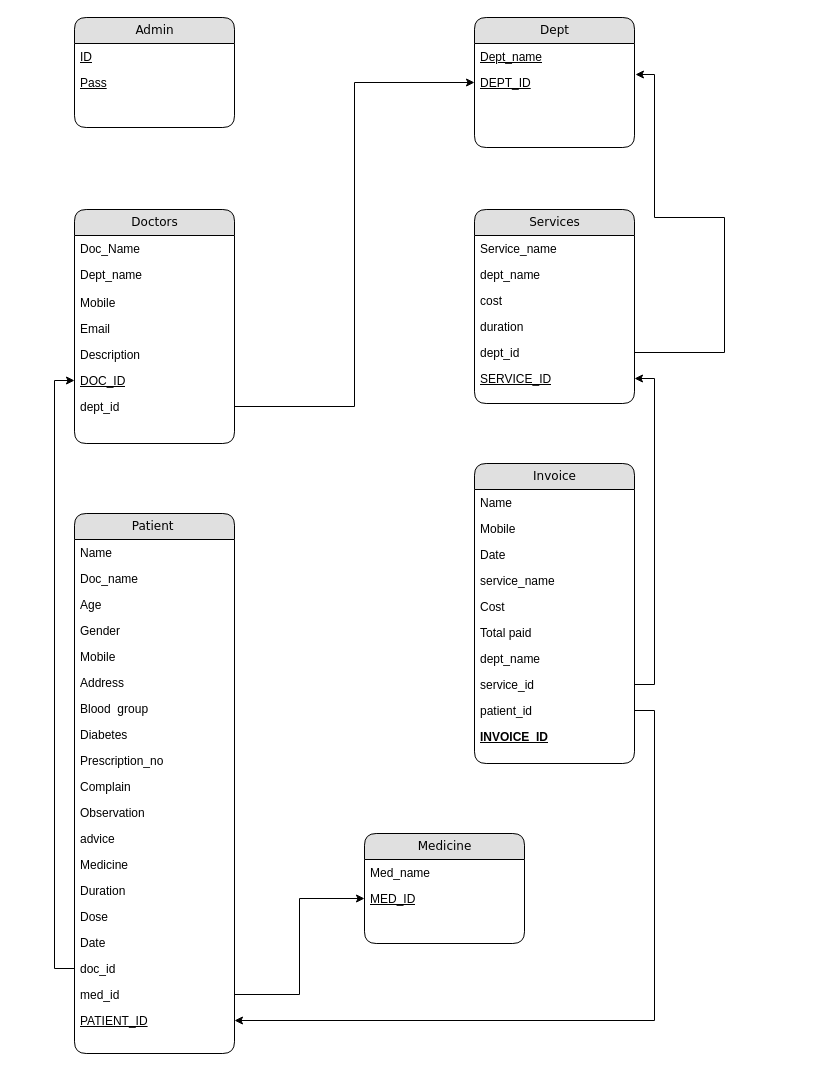
Earlier version of the draw.io diagram clinic_management.drawio (RashikRahman/clinic_management). Source tidied: cells renumbered, new cells numbered last; positions are measured from the earlier drawing's top-left corner, leaving out a move shared by most shapes. Both pictures are drawn from the tidied source at 100%, with x=0, y=0 at pixel (74, 17).
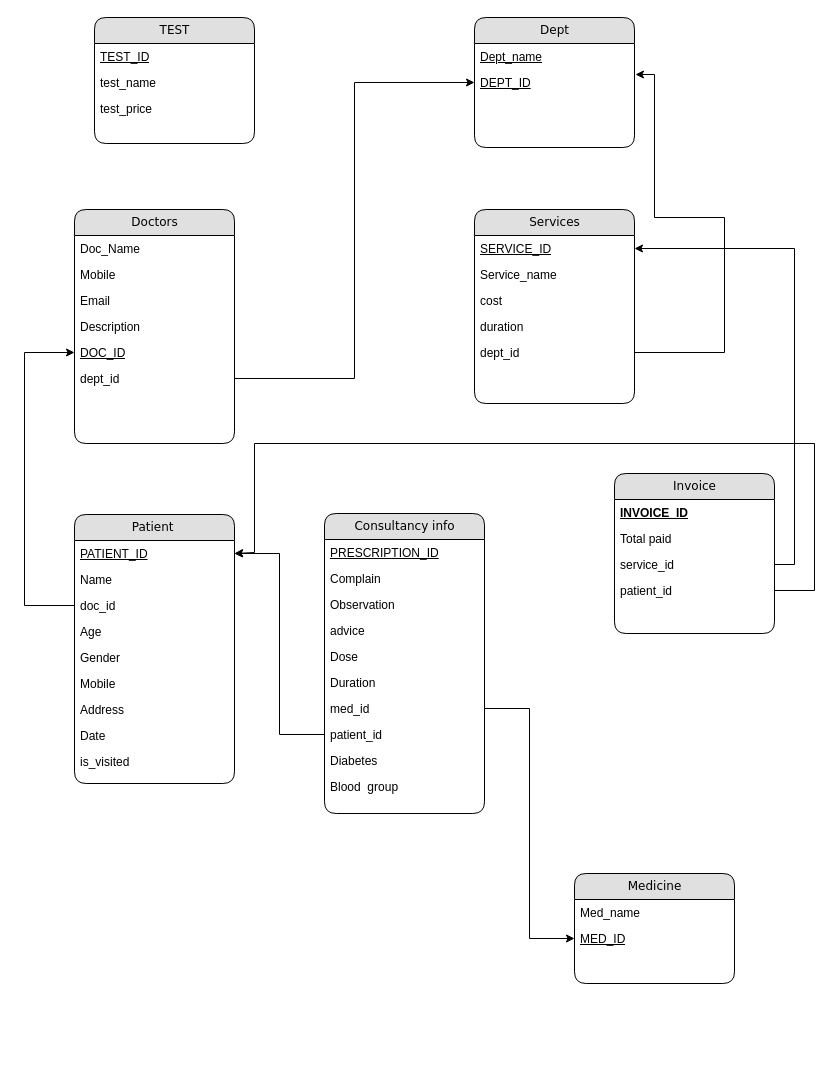
After the change.

The change refers to these unchanged cells:
```xml
<mxCell id="8" value="Doctors" style="swimlane;html=1;fontStyle=0;horizontal=1;startSize=26;fillColor=#e0e0e0;swimlaneFillColor=#ffffff;align=center;rounded=1;shadow=0;comic=0;labelBackgroundColor=none;strokeWidth=1;fontFamily=Verdana;fontSize=12;" parent="1" vertex="1">
  <mxGeometry y="192" width="160" height="234" as="geometry" />
</mxCell>
<mxCell id="36" value="Services" style="swimlane;html=1;fontStyle=0;horizontal=1;startSize=26;fillColor=#e0e0e0;swimlaneFillColor=#ffffff;align=center;rounded=1;shadow=0;comic=0;labelBackgroundColor=none;strokeWidth=1;fontFamily=Verdana;fontSize=12;" parent="1" vertex="1">
  <mxGeometry x="400" y="192" width="160" height="194" as="geometry" />
</mxCell>
```

Change to the diagram source:
```diff
@@
-    <mxCell id="2" value="Admin" style="swimlane;html=1;fontStyle=0;horizontal=1;startSize=26;fillColor=#e0e0e0;swimlaneFillColor=#ffffff;align=center;rounded=1;shadow=0;comic=0;labelBackgroundColor=none;strokeWidth=1;fontFamily=Verdana;fontSize=12;" parent="1" vertex="1">
-      <mxGeometry width="160" height="110" as="geometry" />
+    <mxCell id="2" value="TEST" style="swimlane;html=1;fontStyle=0;horizontal=1;startSize=26;fillColor=#e0e0e0;swimlaneFillColor=#ffffff;align=center;rounded=1;shadow=0;comic=0;labelBackgroundColor=none;strokeWidth=1;fontFamily=Verdana;fontSize=12;" parent="1" vertex="1">
+      <mxGeometry x="20" width="160" height="126" as="geometry" />
     </mxCell>
-    <mxCell id="3" value="ID" style="text;html=1;strokeColor=none;fillColor=none;spacingLeft=4;spacingRight=4;whiteSpace=wrap;overflow=hidden;fontStyle=4;" parent="2" vertex="1">
+    <mxCell id="3" value="TEST_ID" style="text;html=1;strokeColor=none;fillColor=none;spacingLeft=4;spacingRight=4;whiteSpace=wrap;overflow=hidden;fontStyle=4;" parent="2" vertex="1">
       <mxGeometry y="26" width="160" height="26" as="geometry" />
     </mxCell>
-    <mxCell id="4" value="Pass" style="text;html=1;strokeColor=none;fillColor=none;spacingLeft=4;spacingRight=4;whiteSpace=wrap;overflow=hidden;fontStyle=4;" parent="2" vertex="1">
+    <mxCell id="4" value="test_name" style="text;html=1;strokeColor=none;fillColor=none;spacingLeft=4;spacingRight=4;whiteSpace=wrap;overflow=hidden;fontStyle=0;" parent="2" vertex="1">
       <mxGeometry y="52" width="160" height="26" as="geometry" />
     </mxCell>
+    <mxCell id="63" value="test_price" style="text;html=1;strokeColor=none;fillColor=none;spacingLeft=4;spacingRight=4;whiteSpace=wrap;overflow=hidden;fontStyle=0;" parent="2" vertex="1">
+      <mxGeometry y="78" width="160" height="26" as="geometry" />
+    </mxCell>
@@
-    <mxCell id="10" value="Dept_name" style="text;html=1;strokeColor=none;fillColor=none;spacingLeft=4;spacingRight=4;whiteSpace=wrap;overflow=hidden;fontStyle=0;" parent="8" vertex="1">
-      <mxGeometry y="52" width="160" height="28" as="geometry" />
-    </mxCell>
     <mxCell id="11" value="Mobile" style="text;html=1;strokeColor=none;fillColor=none;spacingLeft=4;spacingRight=4;whiteSpace=wrap;overflow=hidden;" parent="8" vertex="1">
-      <mxGeometry y="80" width="160" height="26" as="geometry" />
+      <mxGeometry y="52" width="160" height="26" as="geometry" />
     </mxCell>
     <mxCell id="12" value="Email" style="text;html=1;strokeColor=none;fillColor=none;spacingLeft=4;spacingRight=4;whiteSpace=wrap;overflow=hidden;" parent="8" vertex="1">
-      <mxGeometry y="106" width="160" height="26" as="geometry" />
+      <mxGeometry y="78" width="160" height="26" as="geometry" />
     </mxCell>
     <mxCell id="13" value="Description" style="text;html=1;strokeColor=none;fillColor=none;spacingLeft=4;spacingRight=4;whiteSpace=wrap;overflow=hidden;" parent="8" vertex="1">
-      <mxGeometry y="132" width="160" height="26" as="geometry" />
+      <mxGeometry y="104" width="160" height="26" as="geometry" />
     </mxCell>
     <mxCell id="14" value="DOC_ID" style="text;html=1;strokeColor=none;fillColor=none;spacingLeft=4;spacingRight=4;whiteSpace=wrap;overflow=hidden;points=[[0,0.5],[1,0.5]];portConstraint=eastwest;fontStyle=4;" parent="8" vertex="1">
-      <mxGeometry y="158" width="160" height="26" as="geometry" />
+      <mxGeometry y="130" width="160" height="26" as="geometry" />
     </mxCell>
     <mxCell id="15" value="dept_id" style="text;html=1;strokeColor=none;fillColor=none;spacingLeft=4;spacingRight=4;whiteSpace=wrap;overflow=hidden;points=[[0,0.5],[1,0.5]];portConstraint=eastwest;" parent="8" vertex="1">
-      <mxGeometry y="184" width="160" height="26" as="geometry" />
+      <mxGeometry y="156" width="160" height="26" as="geometry" />
     </mxCell>
     <mxCell id="16" value="Patient&amp;nbsp;" style="swimlane;html=1;fontStyle=0;horizontal=1;startSize=26;fillColor=#e0e0e0;swimlaneFillColor=#ffffff;align=center;rounded=1;shadow=0;comic=0;labelBackgroundColor=none;strokeWidth=1;fontFamily=Verdana;fontSize=12;" parent="1" vertex="1">
-      <mxGeometry y="496" width="160" height="540" as="geometry" />
+      <mxGeometry y="497" width="160" height="269" as="geometry" />
     </mxCell>
+    <mxCell id="35" value="&lt;u&gt;PATIENT_ID&lt;/u&gt;" style="text;html=1;strokeColor=none;fillColor=none;spacingLeft=4;spacingRight=4;whiteSpace=wrap;overflow=hidden;points=[[0,0.5],[1,0.5]];portConstraint=eastwest;" parent="16" vertex="1">
+      <mxGeometry y="26" width="160" height="26" as="geometry" />
+    </mxCell>
     <mxCell id="17" value="Name" style="text;html=1;strokeColor=none;fillColor=none;spacingLeft=4;spacingRight=4;whiteSpace=wrap;overflow=hidden;fontStyle=0;" parent="16" vertex="1">
-      <mxGeometry y="26" width="160" height="26" as="geometry" />
+      <mxGeometry y="52" width="160" height="26" as="geometry" />
     </mxCell>
-    <mxCell id="18" value="Doc_name" style="text;html=1;strokeColor=none;fillColor=none;spacingLeft=4;spacingRight=4;whiteSpace=wrap;overflow=hidden;" parent="16" vertex="1">
-      <mxGeometry y="52" width="160" height="26" as="geometry" />
-    </mxCell>
+    <mxCell id="33" value="doc_id" style="text;html=1;strokeColor=none;fillColor=none;spacingLeft=4;spacingRight=4;whiteSpace=wrap;overflow=hidden;points=[[0,0.5],[1,0.5]];portConstraint=eastwest;" parent="16" vertex="1">
+      <mxGeometry y="78" width="160" height="26" as="geometry" />
+    </mxCell>
     <mxCell id="19" value="Age" style="text;html=1;strokeColor=none;fillColor=none;spacingLeft=4;spacingRight=4;whiteSpace=wrap;overflow=hidden;" parent="16" vertex="1">
-      <mxGeometry y="78" width="160" height="26" as="geometry" />
+      <mxGeometry y="104" width="160" height="26" as="geometry" />
     </mxCell>
     <mxCell id="20" value="Gender" style="text;html=1;strokeColor=none;fillColor=none;spacingLeft=4;spacingRight=4;whiteSpace=wrap;overflow=hidden;" parent="16" vertex="1">
-      <mxGeometry y="104" width="160" height="26" as="geometry" />
+      <mxGeometry y="130" width="160" height="26" as="geometry" />
     </mxCell>
     <mxCell id="21" value="Mobile" style="text;html=1;strokeColor=none;fillColor=none;spacingLeft=4;spacingRight=4;whiteSpace=wrap;overflow=hidden;fontStyle=0;" parent="16" vertex="1">
-      <mxGeometry y="130" width="160" height="26" as="geometry" />
+      <mxGeometry y="156" width="160" height="26" as="geometry" />
     </mxCell>
     <mxCell id="22" value="Address" style="text;html=1;strokeColor=none;fillColor=none;spacingLeft=4;spacingRight=4;whiteSpace=wrap;overflow=hidden;" parent="16" vertex="1">
-      <mxGeometry y="156" width="160" height="26" as="geometry" />
+      <mxGeometry y="182" width="160" height="26" as="geometry" />
     </mxCell>
-    <mxCell id="23" value="Blood&amp;nbsp; group" style="text;html=1;strokeColor=none;fillColor=none;spacingLeft=4;spacingRight=4;whiteSpace=wrap;overflow=hidden;" parent="16" vertex="1">
-      <mxGeometry y="182" width="160" height="26" as="geometry" />
-    </mxCell>
-    <mxCell id="24" value="Diabetes" style="text;html=1;strokeColor=none;fillColor=none;spacingLeft=4;spacingRight=4;whiteSpace=wrap;overflow=hidden;" parent="16" vertex="1">
-      <mxGeometry y="208" width="160" height="26" as="geometry" />
-    </mxCell>
-    <mxCell id="25" value="Prescription_no" style="text;html=1;strokeColor=none;fillColor=none;spacingLeft=4;spacingRight=4;whiteSpace=wrap;overflow=hidden;" parent="16" vertex="1">
-      <mxGeometry y="234" width="160" height="26" as="geometry" />
-    </mxCell>
-    <mxCell id="26" value="Complain" style="text;html=1;strokeColor=none;fillColor=none;spacingLeft=4;spacingRight=4;whiteSpace=wrap;overflow=hidden;" parent="16" vertex="1">
-      <mxGeometry y="260" width="160" height="26" as="geometry" />
-    </mxCell>
-    <mxCell id="27" value="Observation" style="text;html=1;strokeColor=none;fillColor=none;spacingLeft=4;spacingRight=4;whiteSpace=wrap;overflow=hidden;" parent="16" vertex="1">
-      <mxGeometry y="286" width="160" height="26" as="geometry" />
-    </mxCell>
-    <mxCell id="28" value="advice" style="text;html=1;strokeColor=none;fillColor=none;spacingLeft=4;spacingRight=4;whiteSpace=wrap;overflow=hidden;" parent="16" vertex="1">
-      <mxGeometry y="312" width="160" height="26" as="geometry" />
-    </mxCell>
-    <mxCell id="29" value="Medicine" style="text;html=1;strokeColor=none;fillColor=none;spacingLeft=4;spacingRight=4;whiteSpace=wrap;overflow=hidden;" parent="16" vertex="1">
-      <mxGeometry y="338" width="160" height="26" as="geometry" />
-    </mxCell>
-    <mxCell id="30" value="Duration" style="text;html=1;strokeColor=none;fillColor=none;spacingLeft=4;spacingRight=4;whiteSpace=wrap;overflow=hidden;" parent="16" vertex="1">
-      <mxGeometry y="364" width="160" height="26" as="geometry" />
-    </mxCell>
-    <mxCell id="31" value="Dose" style="text;html=1;strokeColor=none;fillColor=none;spacingLeft=4;spacingRight=4;whiteSpace=wrap;overflow=hidden;" parent="16" vertex="1">
-      <mxGeometry y="390" width="160" height="26" as="geometry" />
-    </mxCell>
     <mxCell id="32" value="Date" style="text;html=1;strokeColor=none;fillColor=none;spacingLeft=4;spacingRight=4;whiteSpace=wrap;overflow=hidden;" parent="16" vertex="1">
-      <mxGeometry y="416" width="160" height="26" as="geometry" />
+      <mxGeometry y="208" width="160" height="26" as="geometry" />
     </mxCell>
-    <mxCell id="33" value="doc_id" style="text;html=1;strokeColor=none;fillColor=none;spacingLeft=4;spacingRight=4;whiteSpace=wrap;overflow=hidden;points=[[0,0.5],[1,0.5]];portConstraint=eastwest;" parent="16" vertex="1">
-      <mxGeometry y="442" width="160" height="26" as="geometry" />
-    </mxCell>
-    <mxCell id="34" value="med_id" style="text;html=1;strokeColor=none;fillColor=none;spacingLeft=4;spacingRight=4;whiteSpace=wrap;overflow=hidden;points=[[0,0.5],[1,0.5]];portConstraint=eastwest;" parent="16" vertex="1">
-      <mxGeometry y="468" width="160" height="26" as="geometry" />
-    </mxCell>
-    <mxCell id="35" value="&lt;u&gt;PATIENT_ID&lt;/u&gt;" style="text;html=1;strokeColor=none;fillColor=none;spacingLeft=4;spacingRight=4;whiteSpace=wrap;overflow=hidden;points=[[0,0.5],[1,0.5]];portConstraint=eastwest;" parent="16" vertex="1">
-      <mxGeometry y="494" width="160" height="26" as="geometry" />
-    </mxCell>
+    <mxCell id="64" value="is_visited" style="text;html=1;strokeColor=none;fillColor=none;spacingLeft=4;spacingRight=4;whiteSpace=wrap;overflow=hidden;" parent="16" vertex="1">
+      <mxGeometry y="234" width="160" height="26" as="geometry" />
+    </mxCell>
@@
+    <mxCell id="42" value="SERVICE_ID" style="text;html=1;strokeColor=none;fillColor=none;spacingLeft=4;spacingRight=4;whiteSpace=wrap;overflow=hidden;points=[[0,0.5],[1,0.5]];portConstraint=eastwest;fontStyle=4;" parent="36" vertex="1">
+      <mxGeometry y="26" width="160" height="26" as="geometry" />
+    </mxCell>
     <mxCell id="37" value="Service_name" style="text;html=1;strokeColor=none;fillColor=none;spacingLeft=4;spacingRight=4;whiteSpace=wrap;overflow=hidden;fontStyle=0;" parent="36" vertex="1">
-      <mxGeometry y="26" width="160" height="26" as="geometry" />
+      <mxGeometry y="52" width="160" height="26" as="geometry" />
     </mxCell>
-    <mxCell id="38" value="dept_name" style="text;html=1;strokeColor=none;fillColor=none;spacingLeft=4;spacingRight=4;whiteSpace=wrap;overflow=hidden;fontStyle=0;" parent="36" vertex="1">
-      <mxGeometry y="52" width="160" height="26" as="geometry" />
-    </mxCell>
@@
-    <mxCell id="42" value="SERVICE_ID" style="text;html=1;strokeColor=none;fillColor=none;spacingLeft=4;spacingRight=4;whiteSpace=wrap;overflow=hidden;points=[[0,0.5],[1,0.5]];portConstraint=eastwest;fontStyle=4;" parent="36" vertex="1">
-      <mxGeometry y="156" width="160" height="26" as="geometry" />
-    </mxCell>
     <mxCell id="43" value="Medicine" style="swimlane;html=1;fontStyle=0;horizontal=1;startSize=26;fillColor=#e0e0e0;swimlaneFillColor=#ffffff;align=center;rounded=1;shadow=0;comic=0;labelBackgroundColor=none;strokeWidth=1;fontFamily=Verdana;fontSize=12;" parent="1" vertex="1">
-      <mxGeometry x="290" y="816" width="160" height="110" as="geometry" />
+      <mxGeometry x="500" y="856" width="160" height="110" as="geometry" />
     </mxCell>
@@
     <mxCell id="46" value="Invoice" style="swimlane;html=1;fontStyle=0;horizontal=1;startSize=26;fillColor=#e0e0e0;swimlaneFillColor=#ffffff;align=center;rounded=1;shadow=0;comic=0;labelBackgroundColor=none;strokeWidth=1;fontFamily=Verdana;fontSize=12;" parent="1" vertex="1">
-      <mxGeometry x="400" y="446" width="160" height="300" as="geometry" />
+      <mxGeometry x="540" y="456" width="160" height="160" as="geometry" />
     </mxCell>
-    <mxCell id="47" value="Name" style="text;html=1;strokeColor=none;fillColor=none;spacingLeft=4;spacingRight=4;whiteSpace=wrap;overflow=hidden;fontStyle=0;" parent="46" vertex="1">
-      <mxGeometry y="26" width="160" height="26" as="geometry" />
-    </mxCell>
-    <mxCell id="48" value="Mobile" style="text;html=1;strokeColor=none;fillColor=none;spacingLeft=4;spacingRight=4;whiteSpace=wrap;overflow=hidden;fontStyle=0;" parent="46" vertex="1">
-      <mxGeometry y="52" width="160" height="26" as="geometry" />
-    </mxCell>
-    <mxCell id="49" value="Date" style="text;html=1;strokeColor=none;fillColor=none;spacingLeft=4;spacingRight=4;whiteSpace=wrap;overflow=hidden;" parent="46" vertex="1">
-      <mxGeometry y="78" width="160" height="26" as="geometry" />
-    </mxCell>
-    <mxCell id="50" value="service_name" style="text;html=1;strokeColor=none;fillColor=none;spacingLeft=4;spacingRight=4;whiteSpace=wrap;overflow=hidden;" parent="46" vertex="1">
-      <mxGeometry y="104" width="160" height="26" as="geometry" />
-    </mxCell>
-    <mxCell id="51" value="Cost" style="text;html=1;strokeColor=none;fillColor=none;spacingLeft=4;spacingRight=4;whiteSpace=wrap;overflow=hidden;" parent="46" vertex="1">
-      <mxGeometry y="130" width="160" height="26" as="geometry" />
-    </mxCell>
+    <mxCell id="56" value="INVOICE_ID" style="text;html=1;strokeColor=none;fillColor=none;spacingLeft=4;spacingRight=4;whiteSpace=wrap;overflow=hidden;fontStyle=5;" parent="46" vertex="1">
+      <mxGeometry y="26" width="160" height="26" as="geometry" />
+    </mxCell>
     <mxCell id="52" value="Total paid" style="text;html=1;strokeColor=none;fillColor=none;spacingLeft=4;spacingRight=4;whiteSpace=wrap;overflow=hidden;" parent="46" vertex="1">
-      <mxGeometry y="156" width="160" height="26" as="geometry" />
+      <mxGeometry y="52" width="160" height="26" as="geometry" />
     </mxCell>
-    <mxCell id="53" value="dept_name" style="text;html=1;strokeColor=none;fillColor=none;spacingLeft=4;spacingRight=4;whiteSpace=wrap;overflow=hidden;" parent="46" vertex="1">
-      <mxGeometry y="182" width="160" height="26" as="geometry" />
-    </mxCell>
     <mxCell id="54" value="service_id" style="text;html=1;strokeColor=none;fillColor=none;spacingLeft=4;spacingRight=4;whiteSpace=wrap;overflow=hidden;points=[[0,0.5],[1,0.5]];portConstraint=eastwest;" parent="46" vertex="1">
-      <mxGeometry y="208" width="160" height="26" as="geometry" />
+      <mxGeometry y="78" width="160" height="26" as="geometry" />
     </mxCell>
     <mxCell id="55" value="patient_id" style="text;html=1;strokeColor=none;fillColor=none;spacingLeft=4;spacingRight=4;whiteSpace=wrap;overflow=hidden;points=[[0,0.5],[1,0.5]];portConstraint=eastwest;" parent="46" vertex="1">
-      <mxGeometry y="234" width="160" height="26" as="geometry" />
+      <mxGeometry y="104" width="160" height="26" as="geometry" />
     </mxCell>
-    <mxCell id="56" value="INVOICE_ID" style="text;html=1;strokeColor=none;fillColor=none;spacingLeft=4;spacingRight=4;whiteSpace=wrap;overflow=hidden;fontStyle=5;" parent="46" vertex="1">
-      <mxGeometry y="260" width="160" height="26" as="geometry" />
-    </mxCell>
@@
     <mxCell id="60" style="edgeStyle=orthogonalEdgeStyle;rounded=0;jettySize=auto;html=1;entryX=0;entryY=0.5;entryDx=0;entryDy=0;" parent="1" edge="1" source="33" target="14">
-      <mxGeometry relative="1" as="geometry" />
+      <mxGeometry relative="1" as="geometry">
+        <Array as="points">
+          <mxPoint x="-50" y="588" />
+          <mxPoint x="-50" y="335" />
+        </Array>
+      </mxGeometry>
     </mxCell>
@@
     <mxCell id="62" style="edgeStyle=orthogonalEdgeStyle;rounded=0;jettySize=auto;html=1;exitX=1;exitY=0.5;exitDx=0;exitDy=0;entryX=1;entryY=0.5;entryDx=0;entryDy=0;" parent="1" edge="1" source="55" target="35">
-      <mxGeometry relative="1" as="geometry" />
+      <mxGeometry relative="1" as="geometry">
+        <Array as="points">
+          <mxPoint x="740" y="573" />
+          <mxPoint x="740" y="426" />
+          <mxPoint x="180" y="426" />
+          <mxPoint x="180" y="535" />
+          <mxPoint x="160" y="535" />
+        </Array>
+      </mxGeometry>
     </mxCell>
+    <mxCell id="65" value="Consultancy info" style="swimlane;html=1;fontStyle=0;horizontal=1;startSize=26;fillColor=#e0e0e0;swimlaneFillColor=#ffffff;align=center;rounded=1;shadow=0;comic=0;labelBackgroundColor=none;strokeWidth=1;fontFamily=Verdana;fontSize=12;" parent="1" vertex="1">
+      <mxGeometry x="250" y="496" width="160" height="300" as="geometry" />
+    </mxCell>
+    <mxCell id="25" value="PRESCRIPTION_ID" style="text;html=1;strokeColor=none;fillColor=none;spacingLeft=4;spacingRight=4;whiteSpace=wrap;overflow=hidden;fontStyle=4;" parent="65" vertex="1">
+      <mxGeometry y="26" width="160" height="26" as="geometry" />
+    </mxCell>
+    <mxCell id="26" value="Complain" style="text;html=1;strokeColor=none;fillColor=none;spacingLeft=4;spacingRight=4;whiteSpace=wrap;overflow=hidden;" parent="65" vertex="1">
+      <mxGeometry y="52" width="160" height="26" as="geometry" />
+    </mxCell>
+    <mxCell id="27" value="Observation" style="text;html=1;strokeColor=none;fillColor=none;spacingLeft=4;spacingRight=4;whiteSpace=wrap;overflow=hidden;" parent="65" vertex="1">
+      <mxGeometry y="78" width="160" height="26" as="geometry" />
+    </mxCell>
+    <mxCell id="28" value="advice" style="text;html=1;strokeColor=none;fillColor=none;spacingLeft=4;spacingRight=4;whiteSpace=wrap;overflow=hidden;" parent="65" vertex="1">
+      <mxGeometry y="104" width="160" height="26" as="geometry" />
+    </mxCell>
+    <mxCell id="31" value="Dose" style="text;html=1;strokeColor=none;fillColor=none;spacingLeft=4;spacingRight=4;whiteSpace=wrap;overflow=hidden;" parent="65" vertex="1">
+      <mxGeometry y="130" width="160" height="26" as="geometry" />
+    </mxCell>
+    <mxCell id="30" value="Duration" style="text;html=1;strokeColor=none;fillColor=none;spacingLeft=4;spacingRight=4;whiteSpace=wrap;overflow=hidden;" parent="65" vertex="1">
+      <mxGeometry y="156" width="160" height="26" as="geometry" />
+    </mxCell>
+    <mxCell id="34" value="med_id" style="text;html=1;strokeColor=none;fillColor=none;spacingLeft=4;spacingRight=4;whiteSpace=wrap;overflow=hidden;points=[[0,0.5],[1,0.5]];portConstraint=eastwest;" parent="65" vertex="1">
+      <mxGeometry y="182" width="160" height="26" as="geometry" />
+    </mxCell>
+    <mxCell id="66" value="patient_id" style="text;html=1;strokeColor=none;fillColor=none;spacingLeft=4;spacingRight=4;whiteSpace=wrap;overflow=hidden;points=[[0,0.5],[1,0.5]];portConstraint=eastwest;" parent="65" vertex="1">
+      <mxGeometry y="208" width="160" height="26" as="geometry" />
+    </mxCell>
+    <mxCell id="24" value="Diabetes" style="text;html=1;strokeColor=none;fillColor=none;spacingLeft=4;spacingRight=4;whiteSpace=wrap;overflow=hidden;" parent="65" vertex="1">
+      <mxGeometry y="234" width="160" height="26" as="geometry" />
+    </mxCell>
+    <mxCell id="23" value="Blood&amp;nbsp; group" style="text;html=1;strokeColor=none;fillColor=none;spacingLeft=4;spacingRight=4;whiteSpace=wrap;overflow=hidden;" parent="65" vertex="1">
+      <mxGeometry y="260" width="160" height="26" as="geometry" />
+    </mxCell>
+    <mxCell id="67" style="edgeStyle=orthogonalEdgeStyle;rounded=0;jettySize=auto;html=1;entryX=1;entryY=0.5;entryDx=0;entryDy=0;" parent="1" edge="1" source="66" target="35">
+      <mxGeometry relative="1" as="geometry" />
+    </mxCell>
```
